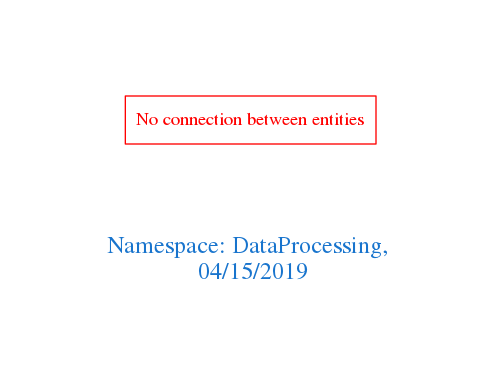
arago/OGIT keeps this Graphviz diagram as downloads/DataProcessing.png. Above is the earlier version. Its source is kept beside it as downloads/DataProcessing.dot.
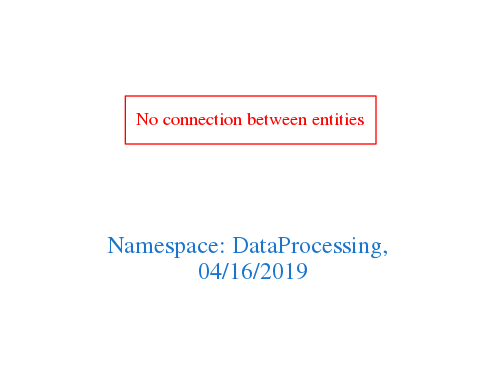
The same file after the commit.

Diff of the diagram source:
```diff
@@ -1,7 +1,7 @@
 digraph OGIT_ontology {
  graph [ rankdir= LR,pad=1
 fontsize = 18,
-fontcolor= dodgerblue3,label = "\n\n\nNamespace: DataProcessing, \n 04/15/2019"];
+fontcolor= dodgerblue3,label = "\n\n\nNamespace: DataProcessing, \n 04/16/2019"];
 node[shape=polygon];
 edge [  color="gray81"];
 
```
